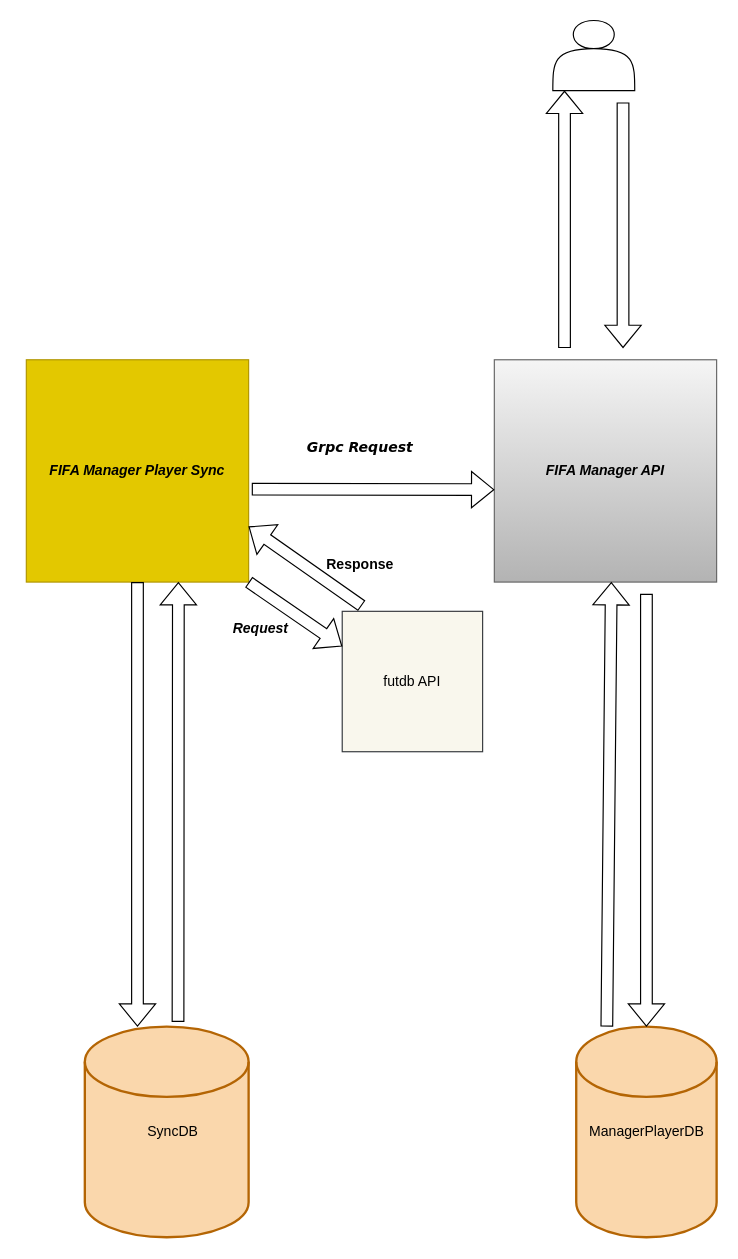
Before: SolutionFlow.drawio in adhan1983/AOM.FIFA.ManagerPlayer.SolutionFlow, a draw.io diagram. Source tidied: cells renumbered, new cells numbered last; positions are measured from the earlier drawing's top-left corner, leaving out a move shared by most shapes. Both pictures are drawn from the tidied source at 117%, with x=0, y=0 at pixel (26, 20).
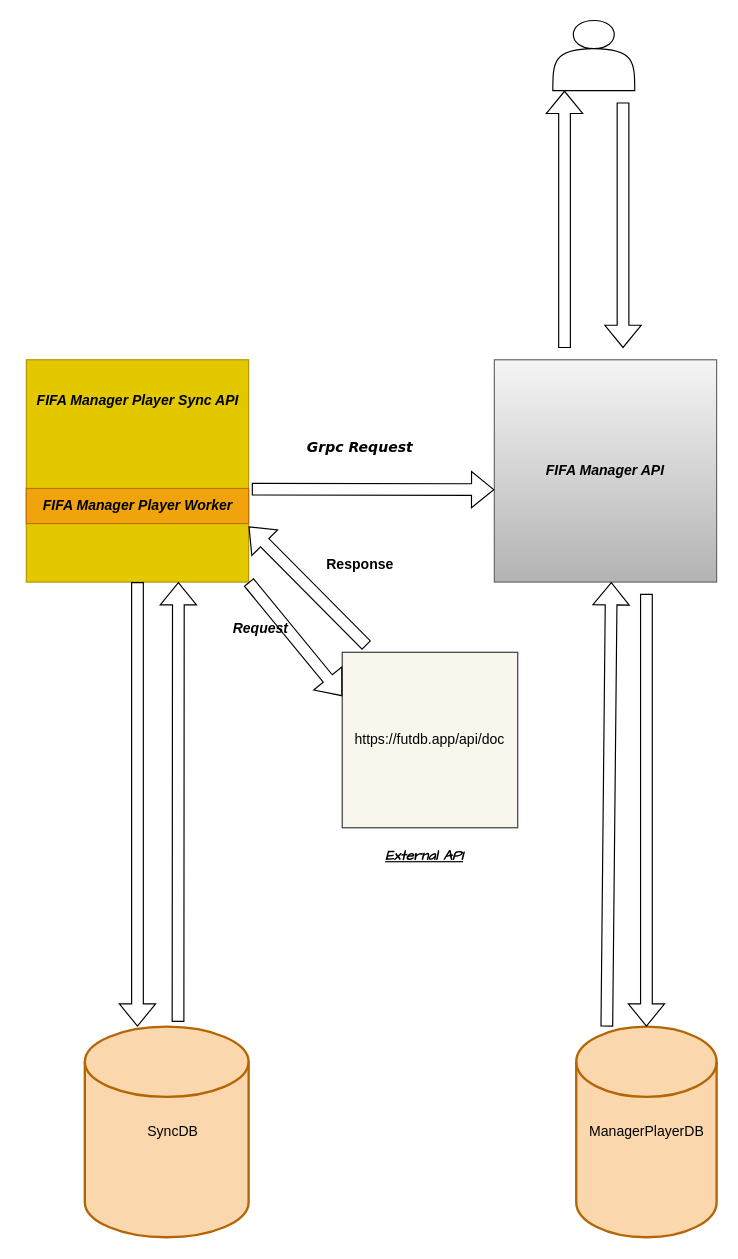
The same page after the edit.

Diff of the diagram source:
```diff
@@
-    <mxCell id="5" value="FIFA Manager Player Sync" style="whiteSpace=wrap;html=1;fillColor=#e3c800;strokeColor=#B09500;fontColor=#000000;fontStyle=3;" parent="1" vertex="1">
+    <mxCell id="5" style="whiteSpace=wrap;html=1;fillColor=#e3c800;strokeColor=#B09500;fontColor=#000000;fontStyle=3;" parent="1" vertex="1">
       <mxGeometry y="290" width="190" height="190" as="geometry" />
     </mxCell>
@@
-    <mxCell id="7" value="futdb API&lt;br&gt;" style="whiteSpace=wrap;html=1;fillColor=#f9f7ed;strokeColor=#36393d;" parent="1" vertex="1">
-      <mxGeometry x="270" y="505" width="120" height="120" as="geometry" />
+    <mxCell id="7" value="https://futdb.app/api/doc" style="whiteSpace=wrap;html=1;fillColor=#f9f7ed;strokeColor=#36393d;" parent="1" vertex="1">
+      <mxGeometry x="270" y="540" width="150" height="150" as="geometry" />
     </mxCell>
@@
-    <mxCell id="18" style="shape=flexArrow;endArrow=classic;html=1;rounded=0;entryX=0;entryY=0.25;entryDx=0;entryDy=0;exitX=1;exitY=1;exitDx=0;exitDy=0;" parent="1" edge="1" source="5" target="7">
+    <mxCell id="18" style="shape=flexArrow;endArrow=classic;html=1;rounded=0;exitX=1;exitY=1;exitDx=0;exitDy=0;entryX=0;entryY=0.25;entryDx=0;entryDy=0;" parent="1" edge="1" source="5" target="7">
       <mxGeometry relative="1" as="geometry" />
     </mxCell>
@@
+    <mxCell id="22" value="&lt;span style=&quot;font-family: Helvetica; font-style: italic; font-weight: 700;&quot;&gt;FIFA Manager Player Sync API&lt;/span&gt;" style="text;html=1;align=center;verticalAlign=middle;strokeColor=none;fillColor=none;fontFamily=Verdana;" parent="1" vertex="1">
+      <mxGeometry x="-5" y="310" width="200" height="30" as="geometry" />
+    </mxCell>
+    <mxCell id="23" value="&lt;span style=&quot;font-family: Helvetica; font-style: italic; font-weight: 700;&quot;&gt;FIFA Manager Player Worker&lt;/span&gt;" style="text;html=1;align=center;verticalAlign=middle;strokeColor=#BD7000;fillColor=#f0a30a;fontFamily=Verdana;fontColor=#000000;" parent="1" vertex="1">
+      <mxGeometry y="400" width="190" height="30" as="geometry" />
+    </mxCell>
+    <mxCell id="24" value="External API" style="text;html=1;align=center;verticalAlign=middle;strokeColor=none;fillColor=none;fontFamily=Comic Sans MS;fontStyle=7;" parent="1" vertex="1">
+      <mxGeometry x="290" y="700" width="100" height="30" as="geometry" />
+    </mxCell>
```
